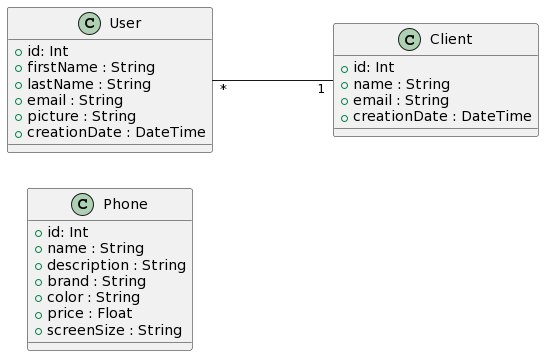
Above: diagrammes/diagramme_classe.png in Zveltana/bileMo (PlantUML), before the change. Its diagram source:
```plantuml
@startuml
left to right direction

class Phone {
 + id: Int
 + name : String
 + description : String
 + brand : String
 + color : String
 + price : Float
 + screenSize : String
}

class Client {
 + id: Int
 + name : String
 + email : String
 + creationDate : DateTime
}

class User {
 + id: Int
 + firstName : String
 + lastName : String
 + email : String
 + picture : String
 + creationDate : DateTime
}

User "*" --- "1" Client
@enduml
```
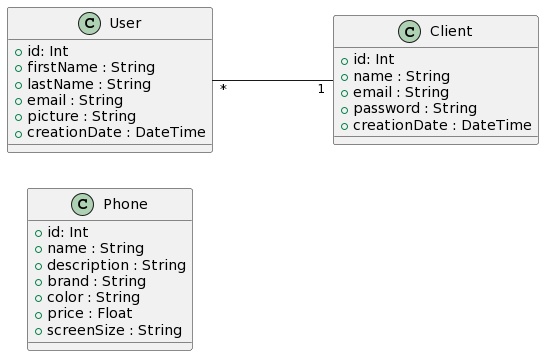
After the change.

The edit, as a diff of the source:
```diff
@@ -15,6 +15,7 @@
  + id: Int
  + name : String
  + email : String
+ + password : String
  + creationDate : DateTime
 }
 
```
